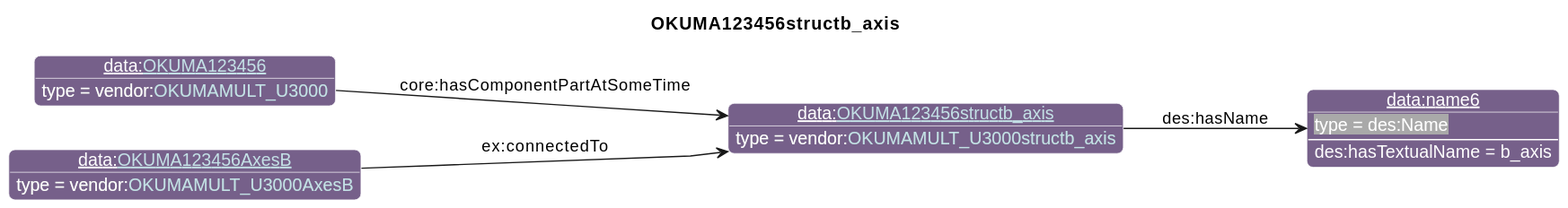
This is diagrams/OKUMA123456structb_axis.svg from iofoundry/example-syseng-mtconnect, a PlantUML export, as it was before one commit.
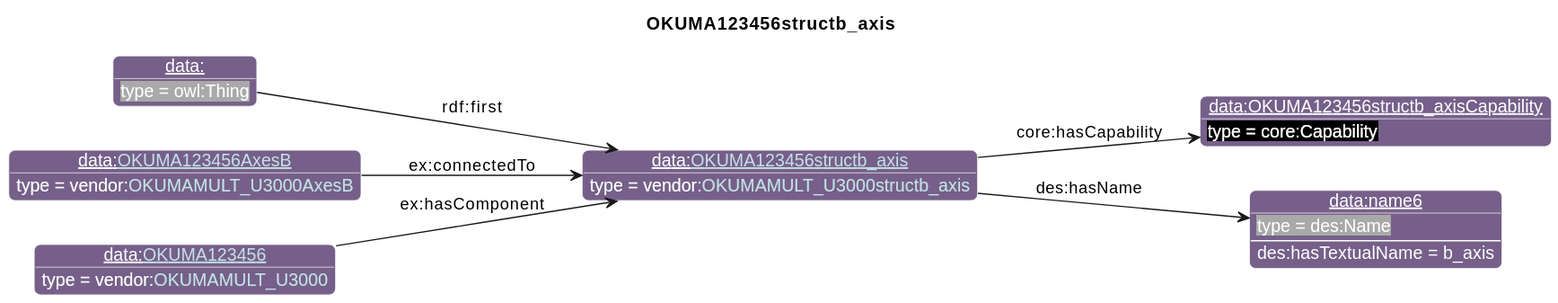
After the change.

What changed in the source:
```diff
@@ -26,11 +26,15 @@
                       "qp":"641B2E"
       }
 individual(o0, data:[[./OKUMA123456structb_axis.html OKUMA123456structb_axis]], vendor:[[../OKUMA.html#OKUMAMULT_U3000structb_axis OKUMAMULT_U3000structb_axis]])
-individual(o1, data:name6, des:Name)
-individual(o2, data:[[./OKUMA123456.html OKUMA123456]], vendor:[[../OKUMA.html#OKUMAMULT_U3000 OKUMAMULT_U3000]])
-individual(o3, data:[[./OKUMA123456AxesB.html OKUMA123456AxesB]], vendor:[[../OKUMA.html#OKUMAMULT_U3000AxesB OKUMAMULT_U3000AxesB]])
-property(o0, "des:hasName", o1)
-data(o1, "des:hasTextualName", "b_axis")
-property(o2, "core:hasComponentPartAtSomeTime", o0)
-property(o3, "ex:connectedTo", o0)
+individual(o1, data:OKUMA123456structb_axisCapability, core:Capability)
+individual(o2, data:name6, des:Name)
+individual(o3, data:, owl:Thing)
+individual(o4, data:[[./OKUMA123456AxesB.html OKUMA123456AxesB]], vendor:[[../OKUMA.html#OKUMAMULT_U3000AxesB OKUMAMULT_U3000AxesB]])
+individual(o5, data:[[./OKUMA123456.html OKUMA123456]], vendor:[[../OKUMA.html#OKUMAMULT_U3000 OKUMAMULT_U3000]])
+property(o0, "core:hasCapability", o1)
+property(o0, "des:hasName", o2)
+data(o2, "des:hasTextualName", "b_axis")
+property(o3, "rdf:first", o0)
+property(o4, "ex:connectedTo", o0)
+property(o5, "ex:hasComponent", o0)
 @enduml
```
